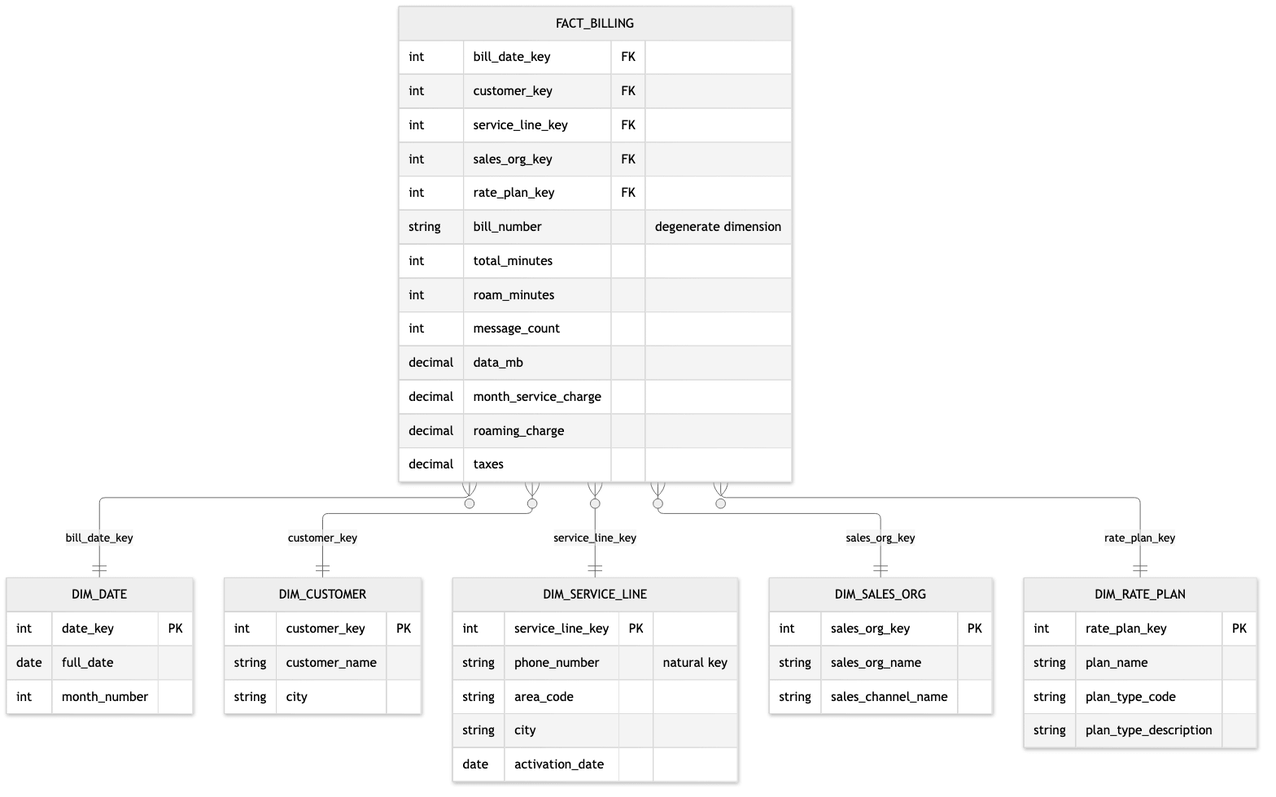
Earlier version of the Mermaid export public/assets/data-warehouse-toolkit/ch11-billing-star.png (surfalytics/dataengineer_ru). Its source is kept beside it as scripts/kimball-diagrams/src/ch11-billing-star.mmd. The source it was exported from:
```mermaid
erDiagram
  FACT_BILLING }o--|| DIM_DATE : "bill_date_key"
  FACT_BILLING }o--|| DIM_CUSTOMER : "customer_key"
  FACT_BILLING }o--|| DIM_SERVICE_LINE : "service_line_key"
  FACT_BILLING }o--|| DIM_SALES_ORG : "sales_org_key"
  FACT_BILLING }o--|| DIM_RATE_PLAN : "rate_plan_key"
  FACT_BILLING {
    int bill_date_key FK
    int customer_key FK
    int service_line_key FK
    int sales_org_key FK
    int rate_plan_key FK
    string bill_number "degenerate dimension"
    int total_minutes
    int roam_minutes
    int message_count
    decimal data_mb
    decimal month_service_charge
    decimal roaming_charge
    decimal taxes
  }
  DIM_SERVICE_LINE {
    int service_line_key PK
    string phone_number "natural key"
    string area_code
    string city
    date activation_date
  }
  DIM_RATE_PLAN {
    int rate_plan_key PK
    string plan_name
    string plan_type_code
    string plan_type_description
  }
  DIM_SALES_ORG {
    int sales_org_key PK
    string sales_org_name
    string sales_channel_name
  }
  DIM_CUSTOMER {
    int customer_key PK
    string customer_name
    string city
  }
  DIM_DATE {
    int date_key PK
    date full_date
    int month_number
  }
```
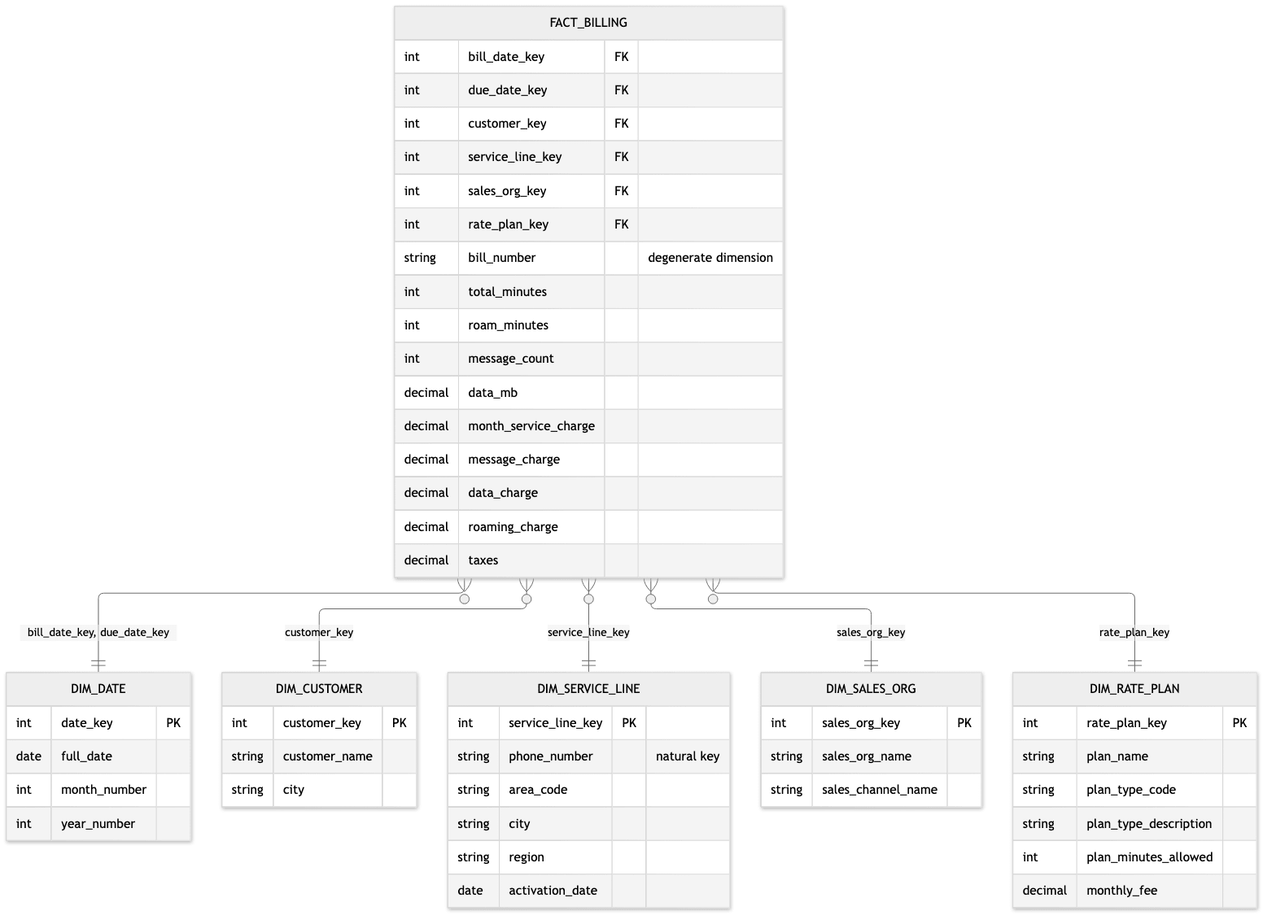
Later version of the same file.

Change to the diagram source:
```diff
@@ -1,11 +1,12 @@
 erDiagram
-  FACT_BILLING }o--|| DIM_DATE : "bill_date_key"
+  FACT_BILLING }o--|| DIM_DATE : "bill_date_key, due_date_key"
   FACT_BILLING }o--|| DIM_CUSTOMER : "customer_key"
   FACT_BILLING }o--|| DIM_SERVICE_LINE : "service_line_key"
   FACT_BILLING }o--|| DIM_SALES_ORG : "sales_org_key"
   FACT_BILLING }o--|| DIM_RATE_PLAN : "rate_plan_key"
   FACT_BILLING {
     int bill_date_key FK
+    int due_date_key FK
     int customer_key FK
     int service_line_key FK
     int sales_org_key FK
@@ -16,6 +17,8 @@
     int message_count
     decimal data_mb
     decimal month_service_charge
+    decimal message_charge
+    decimal data_charge
     decimal roaming_charge
     decimal taxes
   }
@@ -24,6 +27,7 @@
     string phone_number "natural key"
     string area_code
     string city
+    string region
     date activation_date
   }
   DIM_RATE_PLAN {
@@ -31,6 +35,8 @@
     string plan_name
     string plan_type_code
     string plan_type_description
+    int plan_minutes_allowed
+    decimal monthly_fee
   }
   DIM_SALES_ORG {
     int sales_org_key PK
@@ -46,4 +52,5 @@
     int date_key PK
     date full_date
     int month_number
+    int year_number
   }
```
